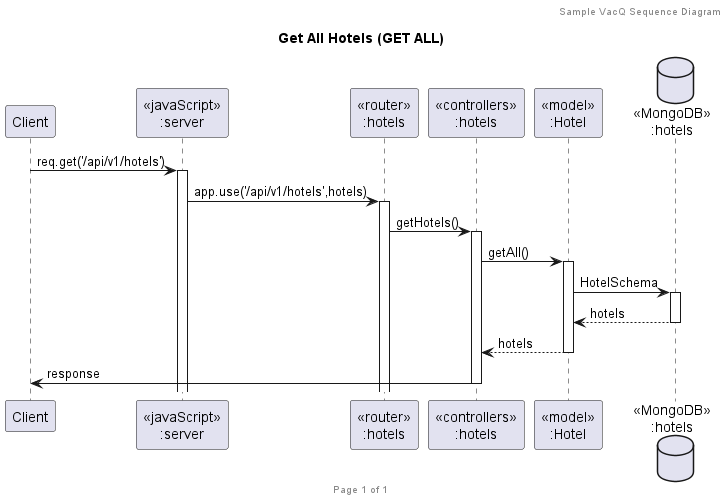
Above: diagram/sequence/hotels/hotelGETALL/Get All Hotels (GET ALL).png in n0n7/SWDev_Final (PlantUML), before the change. The source it was exported from:
```plantuml
@startuml Get All Hotels (GET ALL)

header Sample VacQ Sequence Diagram
footer Page %page% of %lastpage%
title "Get All Hotels (GET ALL)"

participant "Client" as client
participant "<<javaScript>>\n:server" as server
participant "<<router>>\n:hotels" as routerHotels
participant "<<controllers>>\n:hotels" as controllersHotels
participant "<<model>>\n:Hotel" as modelHotel
database "<<MongoDB>>\n:hotels" as HotelsDatabase

client->server ++:req.get('/api/v1/hotels')
server->routerHotels ++:app.use('/api/v1/hotels',hotels)
routerHotels -> controllersHotels ++:getHotels()
controllersHotels->modelHotel ++:getAll()
modelHotel ->HotelsDatabase ++: HotelSchema
HotelsDatabase --> modelHotel --: hotels
controllersHotels <-- modelHotel --:hotels
controllersHotels->client --:response

@enduml
```
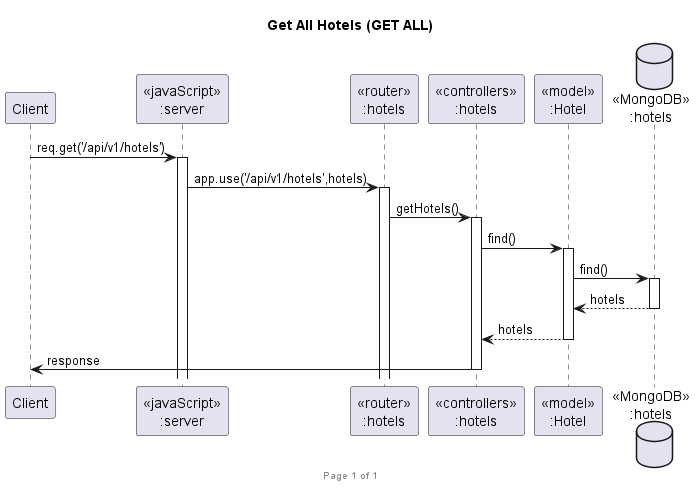
Above is the later version.

What changed in the source:
```diff
@@ -1,6 +1,5 @@
 @startuml Get All Hotels (GET ALL)
 
-header Sample VacQ Sequence Diagram
 footer Page %page% of %lastpage%
 title "Get All Hotels (GET ALL)"
 
@@ -14,8 +13,8 @@
 client->server ++:req.get('/api/v1/hotels')
 server->routerHotels ++:app.use('/api/v1/hotels',hotels)
 routerHotels -> controllersHotels ++:getHotels()
-controllersHotels->modelHotel ++:getAll()
-modelHotel ->HotelsDatabase ++: HotelSchema
+controllersHotels->modelHotel ++:find()
+modelHotel ->HotelsDatabase ++: find()
 HotelsDatabase --> modelHotel --: hotels
 controllersHotels <-- modelHotel --:hotels
 controllersHotels->client --:response
```
